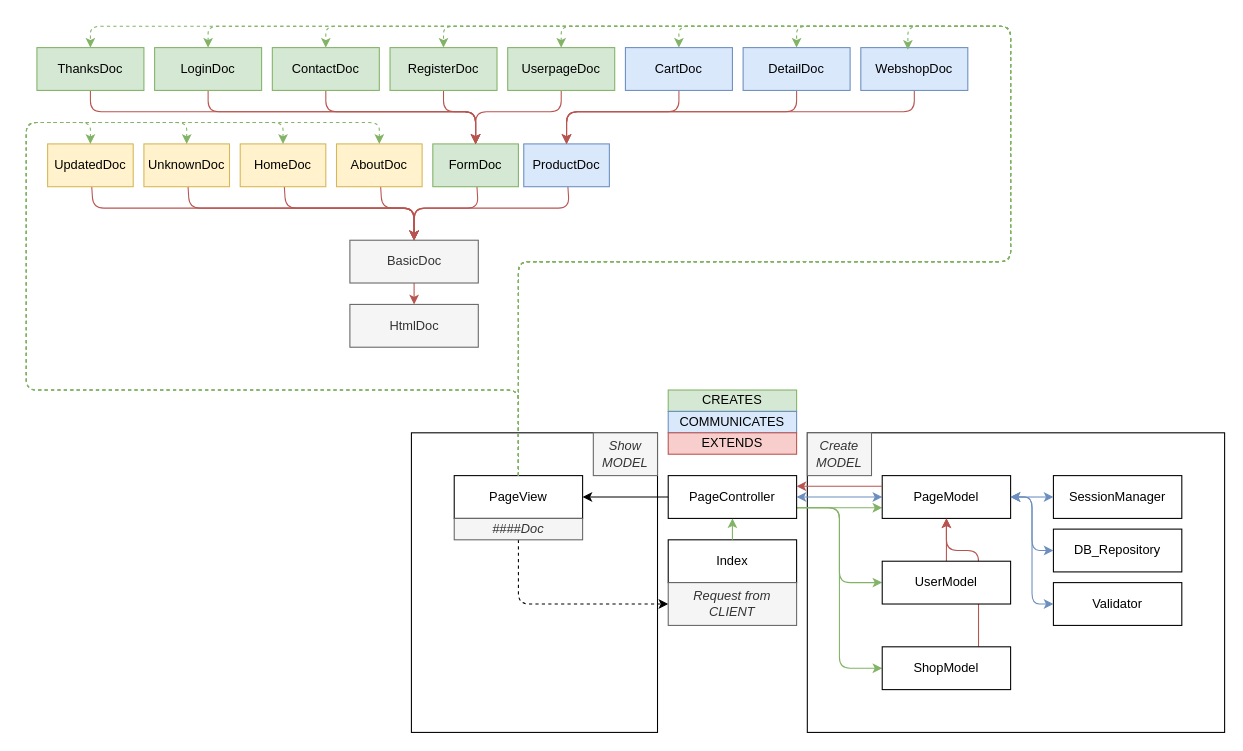
The draw.io diagram Archive/Diagrams/Output/CID.drawio in userieur/educom-webshop-oop, before the edit. Source tidied: cells renumbered, new cells numbered last; positions are measured from the earlier drawing's top-left corner, leaving out a move shared by most shapes. Both pictures are drawn from the tidied source at 107%, with x=0, y=0 at pixel (26, 26).
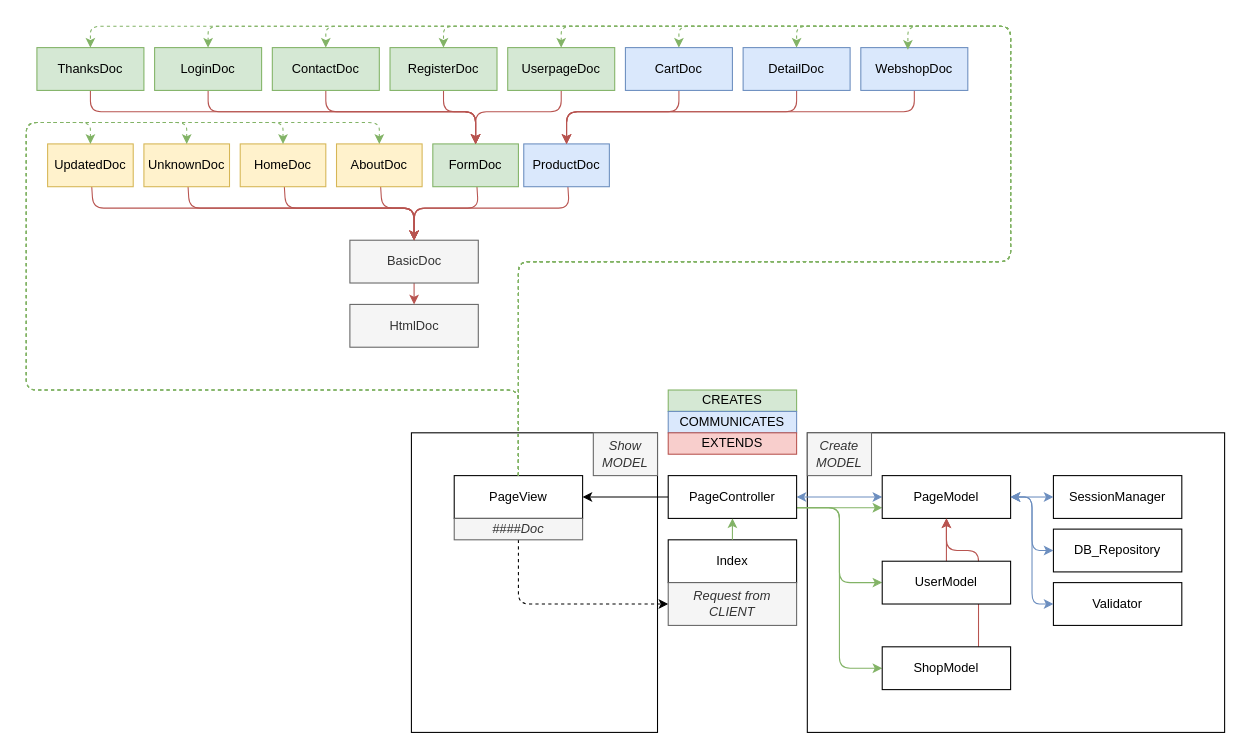
The same diagram, later.

The change refers to these unchanged cells:
```xml
<mxCell id="35" value="PageController" style="whiteSpace=wrap;html=1;" parent="1" vertex="1">
  <mxGeometry x="600" y="420" width="120" height="40" as="geometry" />
</mxCell>
<mxCell id="36" value="PageModel" style="whiteSpace=wrap;html=1;" parent="1" vertex="1">
  <mxGeometry x="800" y="420" width="120" height="40" as="geometry" />
</mxCell>
```

Change to the diagram source:
```diff
@@
-    <mxCell id="72" style="edgeStyle=none;html=1;exitX=0;exitY=0.25;exitDx=0;exitDy=0;entryX=1;entryY=0.25;entryDx=0;entryDy=0;startArrow=none;startFill=0;fillColor=#f8cecc;strokeColor=#b85450;" parent="1" edge="1" source="36" target="35">
-      <mxGeometry relative="1" as="geometry" />
-    </mxCell>
```
